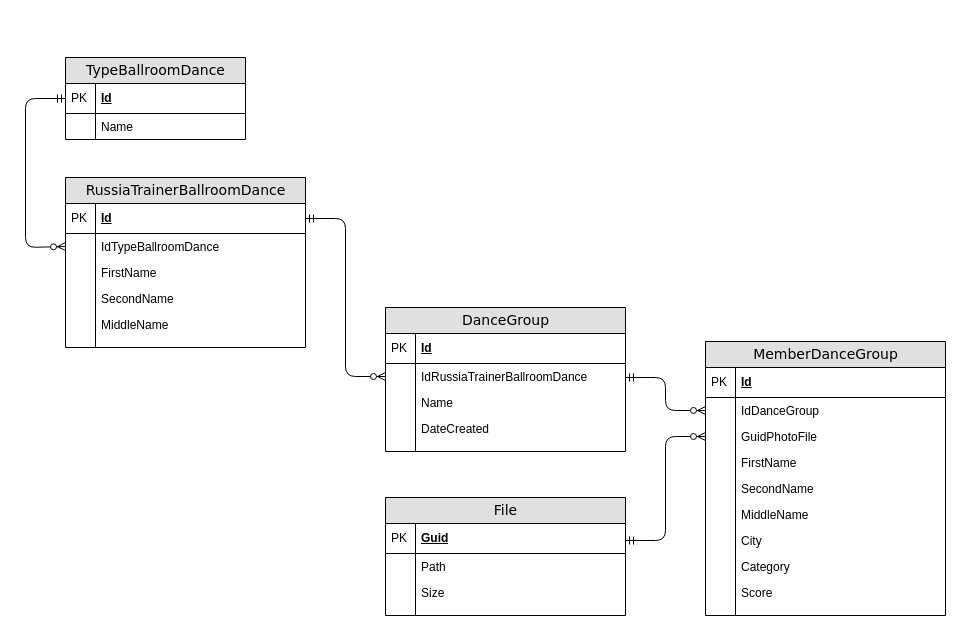
MaxLebedincev/BallroomDance keeps this draw.io diagram as Scheme_DataBase.drawio. Above is the earlier version. Source tidied: cells renumbered, new cells numbered last; positions are measured from the earlier drawing's top-left corner, leaving out a move shared by most shapes. Both pictures are drawn from the tidied source at 100%, with x=0, y=0 at pixel (25, 57).
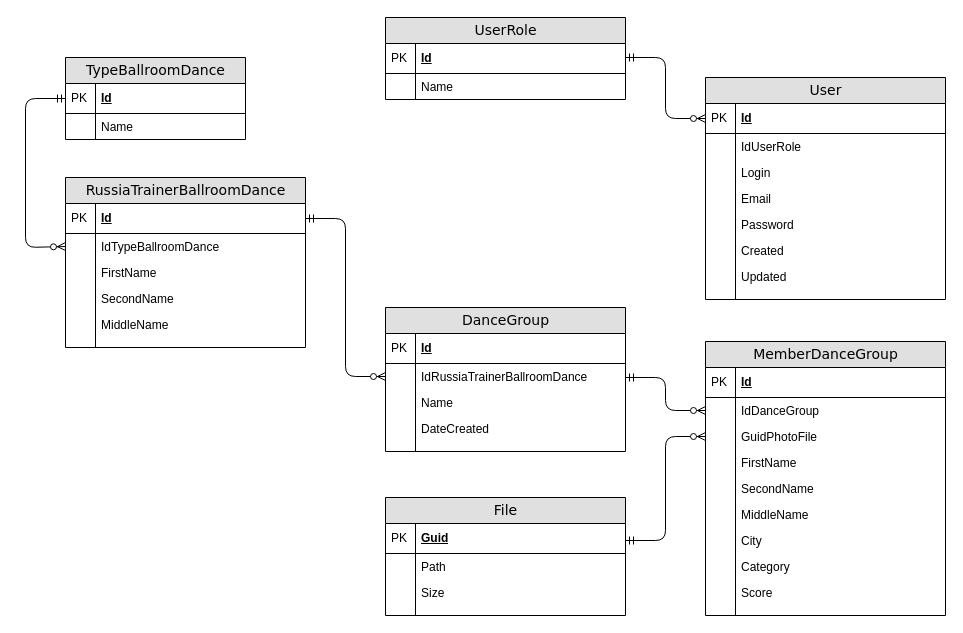
The same diagram, later.

Diff of the diagram source:
```diff
@@
+    <mxCell id="65" value="UserRole" style="swimlane;html=1;fontStyle=0;horizontal=1;startSize=26;fillColor=#e0e0e0;swimlaneFillColor=#ffffff;align=center;rounded=0;shadow=0;comic=0;labelBackgroundColor=none;strokeWidth=1;fontFamily=Verdana;fontSize=14;" parent="1" vertex="1">
+      <mxGeometry x="360" y="-40" width="240" height="82" as="geometry" />
+    </mxCell>
+    <mxCell id="66" value="Id" style="shape=partialRectangle;top=0;left=0;right=0;bottom=1;html=1;align=left;verticalAlign=middle;fillColor=none;spacingLeft=34;spacingRight=4;whiteSpace=wrap;overflow=hidden;fontStyle=5;" parent="65" vertex="1">
+      <mxGeometry y="26" width="240" height="30" as="geometry" />
+    </mxCell>
+    <mxCell id="67" value="PK" style="shape=partialRectangle;top=0;left=0;bottom=0;html=1;fillColor=none;align=left;verticalAlign=middle;spacingLeft=4;spacingRight=4;whiteSpace=wrap;overflow=hidden;" parent="66" vertex="1">
+      <mxGeometry width="30" height="30" as="geometry" />
+    </mxCell>
+    <mxCell id="68" value="Name" style="shape=partialRectangle;top=0;left=0;right=0;bottom=0;html=1;align=left;verticalAlign=top;fillColor=none;spacingLeft=34;spacingRight=4;whiteSpace=wrap;overflow=hidden;" parent="65" vertex="1">
+      <mxGeometry y="56" width="240" height="26" as="geometry" />
+    </mxCell>
+    <mxCell id="69" style="shape=partialRectangle;top=0;left=0;bottom=0;html=1;fillColor=none;align=left;verticalAlign=top;spacingLeft=4;spacingRight=4;whiteSpace=wrap;overflow=hidden;" parent="68" vertex="1">
+      <mxGeometry width="30" height="26" as="geometry" />
+    </mxCell>
+    <mxCell id="70" value="User" style="swimlane;html=1;fontStyle=0;horizontal=1;startSize=26;fillColor=#e0e0e0;swimlaneFillColor=#ffffff;align=center;rounded=0;shadow=0;comic=0;labelBackgroundColor=none;strokeWidth=1;fontFamily=Verdana;fontSize=14;" parent="1" vertex="1">
+      <mxGeometry x="680" y="20" width="240" height="222" as="geometry" />
+    </mxCell>
+    <mxCell id="71" value="Id" style="shape=partialRectangle;top=0;left=0;right=0;bottom=1;html=1;align=left;verticalAlign=middle;fillColor=none;spacingLeft=34;spacingRight=4;whiteSpace=wrap;overflow=hidden;points=[[0,0.5],[1,0.5]];portConstraint=eastwest;fontStyle=5;" parent="70" vertex="1">
+      <mxGeometry y="26" width="240" height="30" as="geometry" />
+    </mxCell>
+    <mxCell id="72" value="PK" style="shape=partialRectangle;top=0;left=0;bottom=0;html=1;fillColor=none;align=left;verticalAlign=middle;spacingLeft=4;spacingRight=4;whiteSpace=wrap;overflow=hidden;" parent="71" vertex="1">
+      <mxGeometry width="30" height="30" as="geometry" />
+    </mxCell>
+    <mxCell id="73" value="IdUserRole" style="shape=partialRectangle;top=0;left=0;right=0;bottom=0;html=1;align=left;verticalAlign=top;fillColor=none;spacingLeft=34;spacingRight=4;whiteSpace=wrap;overflow=hidden;" parent="70" vertex="1">
+      <mxGeometry y="56" width="240" height="26" as="geometry" />
+    </mxCell>
+    <mxCell id="74" style="shape=partialRectangle;top=0;left=0;bottom=0;html=1;fillColor=none;align=left;verticalAlign=top;spacingLeft=4;spacingRight=4;whiteSpace=wrap;overflow=hidden;" parent="73" vertex="1">
+      <mxGeometry width="30" height="26" as="geometry" />
+    </mxCell>
+    <mxCell id="75" value="Login" style="shape=partialRectangle;top=0;left=0;right=0;bottom=0;html=1;align=left;verticalAlign=top;fillColor=none;spacingLeft=34;spacingRight=4;whiteSpace=wrap;overflow=hidden;" parent="70" vertex="1">
+      <mxGeometry y="82" width="240" height="26" as="geometry" />
+    </mxCell>
+    <mxCell id="76" style="shape=partialRectangle;top=0;left=0;bottom=0;html=1;fillColor=none;align=left;verticalAlign=top;spacingLeft=4;spacingRight=4;whiteSpace=wrap;overflow=hidden;" parent="75" vertex="1">
+      <mxGeometry width="30" height="26" as="geometry" />
+    </mxCell>
+    <mxCell id="77" value="Email" style="shape=partialRectangle;top=0;left=0;right=0;bottom=0;html=1;align=left;verticalAlign=top;fillColor=none;spacingLeft=34;spacingRight=4;whiteSpace=wrap;overflow=hidden;" parent="70" vertex="1">
+      <mxGeometry y="108" width="240" height="26" as="geometry" />
+    </mxCell>
+    <mxCell id="78" style="shape=partialRectangle;top=0;left=0;bottom=0;html=1;fillColor=none;align=left;verticalAlign=top;spacingLeft=4;spacingRight=4;whiteSpace=wrap;overflow=hidden;" parent="77" vertex="1">
+      <mxGeometry width="30" height="26" as="geometry" />
+    </mxCell>
+    <mxCell id="79" value="Password" style="shape=partialRectangle;top=0;left=0;right=0;bottom=0;html=1;align=left;verticalAlign=top;fillColor=none;spacingLeft=34;spacingRight=4;whiteSpace=wrap;overflow=hidden;" parent="70" vertex="1">
+      <mxGeometry y="134" width="240" height="26" as="geometry" />
+    </mxCell>
+    <mxCell id="80" style="shape=partialRectangle;top=0;left=0;bottom=0;html=1;fillColor=none;align=left;verticalAlign=top;spacingLeft=4;spacingRight=4;whiteSpace=wrap;overflow=hidden;" parent="79" vertex="1">
+      <mxGeometry width="30" height="26" as="geometry" />
+    </mxCell>
+    <mxCell id="81" value="Created" style="shape=partialRectangle;top=0;left=0;right=0;bottom=0;html=1;align=left;verticalAlign=top;fillColor=none;spacingLeft=34;spacingRight=4;whiteSpace=wrap;overflow=hidden;" parent="70" vertex="1">
+      <mxGeometry y="160" width="240" height="26" as="geometry" />
+    </mxCell>
+    <mxCell id="82" style="shape=partialRectangle;top=0;left=0;bottom=0;html=1;fillColor=none;align=left;verticalAlign=top;spacingLeft=4;spacingRight=4;whiteSpace=wrap;overflow=hidden;" parent="81" vertex="1">
+      <mxGeometry width="30" height="26" as="geometry" />
+    </mxCell>
+    <mxCell id="83" value="Updated" style="shape=partialRectangle;top=0;left=0;right=0;bottom=0;html=1;align=left;verticalAlign=top;fillColor=none;spacingLeft=34;spacingRight=4;whiteSpace=wrap;overflow=hidden;" parent="70" vertex="1">
+      <mxGeometry y="186" width="240" height="26" as="geometry" />
+    </mxCell>
+    <mxCell id="84" style="shape=partialRectangle;top=0;left=0;bottom=0;html=1;fillColor=none;align=left;verticalAlign=top;spacingLeft=4;spacingRight=4;whiteSpace=wrap;overflow=hidden;" parent="83" vertex="1">
+      <mxGeometry width="30" height="26" as="geometry" />
+    </mxCell>
+    <mxCell id="85" style="shape=partialRectangle;top=0;left=0;right=0;bottom=0;html=1;align=left;verticalAlign=top;fillColor=none;spacingLeft=34;spacingRight=4;whiteSpace=wrap;overflow=hidden;" parent="70" vertex="1">
+      <mxGeometry y="212" width="240" height="10" as="geometry" />
+    </mxCell>
+    <mxCell id="86" style="shape=partialRectangle;top=0;left=0;bottom=0;html=1;fillColor=none;align=left;verticalAlign=top;spacingLeft=4;spacingRight=4;whiteSpace=wrap;overflow=hidden;" parent="85" vertex="1">
+      <mxGeometry width="30" height="10" as="geometry" />
+    </mxCell>
+    <mxCell id="87" style="edgeStyle=orthogonalEdgeStyle;html=1;endArrow=ERzeroToMany;startArrow=ERmandOne;labelBackgroundColor=none;fontFamily=Verdana;fontSize=14;entryX=0;entryY=0.5;entryDx=0;entryDy=0;exitX=1;exitY=0.5;exitDx=0;exitDy=0;" parent="1" edge="1" target="71">
+      <mxGeometry relative="1" as="geometry">
+        <mxPoint x="600" as="sourcePoint" />
+        <Array as="points">
+          <mxPoint x="640" />
+        </Array>
+      </mxGeometry>
+    </mxCell>
```
